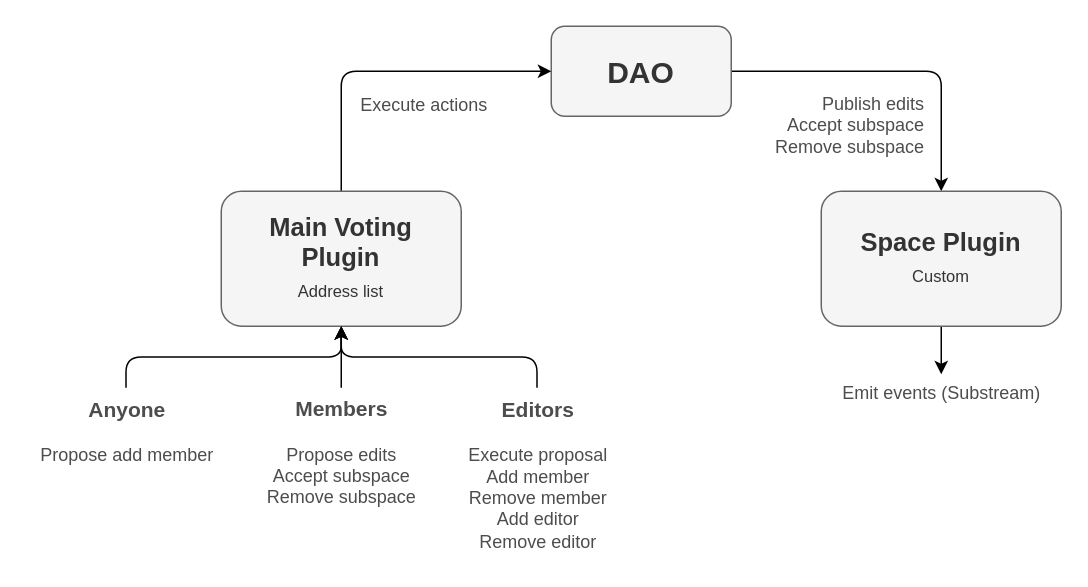
Earlier version of the draw.io diagram page "Standard 1" (5 of 8) of img/Geo Diagrams.drawio (aragon/geo-browser-contracts). Source tidied: cells renumbered, new cells numbered last; positions are measured from the earlier drawing's top-left corner, leaving out a move shared by most shapes. Both pictures are drawn from the tidied source at 150%, with x=0, y=0 at pixel (26, 26).
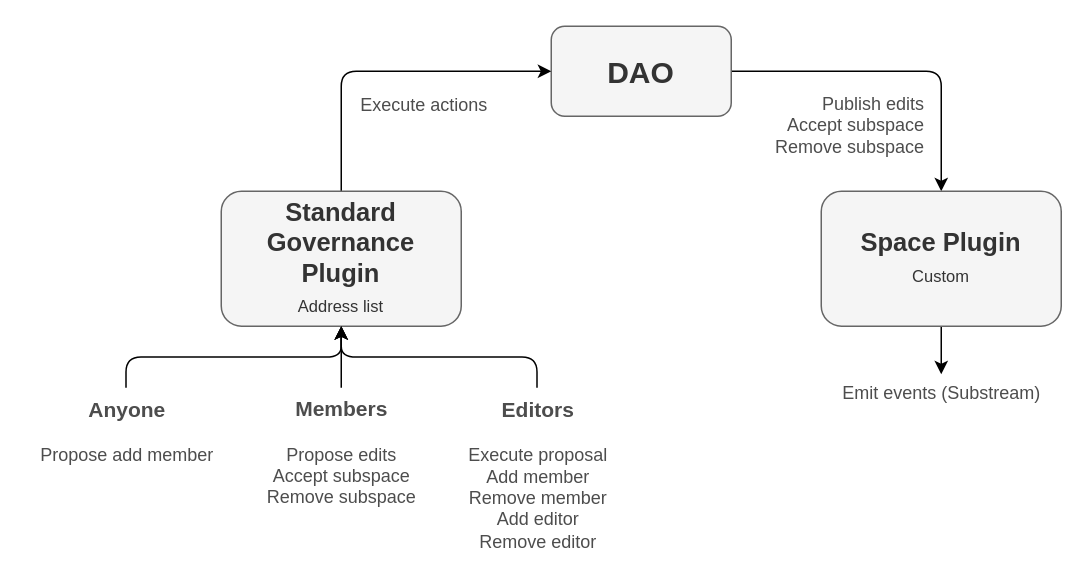
After the change.

What changed in the source:
```diff
@@
 <mxGraphModel background="#ffffff">
   <root>
     <mxCell id="0" />
     <mxCell id="1" parent="0" />
     <mxCell id="2" style="edgeStyle=orthogonalEdgeStyle;rounded=1;jettySize=auto;html=1;exitX=1;exitY=0.5;exitDx=0;exitDy=0;entryX=0.5;entryY=0;entryDx=0;entryDy=0;" parent="1" edge="1" source="3" target="7">
       <mxGeometry relative="1" as="geometry" />
     </mxCell>
     <mxCell id="3" value="&lt;font style=&quot;font-size: 20px;&quot;&gt;&lt;b&gt;DAO&lt;/b&gt;&lt;/font&gt;" style="rounded=1;whiteSpace=wrap;html=1;fillColor=#f5f5f5;fontColor=#333333;strokeColor=#666666;" parent="1" vertex="1">
       <mxGeometry x="350" width="120" height="60" as="geometry" />
     </mxCell>
     <mxCell id="4" style="edgeStyle=orthogonalEdgeStyle;rounded=1;jettySize=auto;html=1;exitX=0.5;exitY=0;exitDx=0;exitDy=0;entryX=0;entryY=0.5;entryDx=0;entryDy=0;" parent="1" edge="1" source="5" target="3">
       <mxGeometry relative="1" as="geometry" />
     </mxCell>
-    <mxCell id="5" value="&lt;font size=&quot;1&quot; style=&quot;&quot;&gt;&lt;b style=&quot;font-size: 17px;&quot;&gt;Main Voting&lt;br&gt;Plugin&lt;/b&gt;&lt;/font&gt;&lt;font style=&quot;font-size: 11px;&quot;&gt;&lt;br&gt;Address list&lt;/font&gt;&lt;font size=&quot;1&quot; style=&quot;&quot;&gt;&lt;b style=&quot;font-size: 17px;&quot;&gt;&lt;br&gt;&lt;/b&gt;&lt;/font&gt;" style="rounded=1;whiteSpace=wrap;html=1;fillColor=#f5f5f5;fontColor=#333333;strokeColor=#666666;" parent="1" vertex="1">
+    <mxCell id="5" value="&lt;font size=&quot;1&quot; style=&quot;&quot;&gt;&lt;b style=&quot;font-size: 17px;&quot;&gt;Standard Governance&lt;br&gt;Plugin&lt;/b&gt;&lt;/font&gt;&lt;font style=&quot;font-size: 11px;&quot;&gt;&lt;br&gt;Address list&lt;/font&gt;&lt;font size=&quot;1&quot; style=&quot;&quot;&gt;&lt;b style=&quot;font-size: 17px;&quot;&gt;&lt;br&gt;&lt;/b&gt;&lt;/font&gt;" style="rounded=1;whiteSpace=wrap;html=1;fillColor=#f5f5f5;fontColor=#333333;strokeColor=#666666;" parent="1" vertex="1">
       <mxGeometry x="130" y="110" width="160" height="90" as="geometry" />
     </mxCell>
     <mxCell id="6" style="edgeStyle=orthogonalEdgeStyle;rounded=1;jettySize=auto;html=1;exitX=0.5;exitY=1;exitDx=0;exitDy=0;" parent="1" edge="1" source="7" target="10">
       <mxGeometry relative="1" as="geometry" />
     </mxCell>
     <mxCell id="7" value="&lt;font size=&quot;1&quot; style=&quot;&quot;&gt;&lt;b style=&quot;font-size: 17px;&quot;&gt;Space Plugin&lt;/b&gt;&lt;/font&gt;&lt;br style=&quot;font-size: 11px;&quot;&gt;&lt;span style=&quot;font-size: 11px;&quot;&gt;Custom&lt;/span&gt;&lt;font size=&quot;1&quot; style=&quot;&quot;&gt;&lt;b style=&quot;font-size: 17px;&quot;&gt;&lt;br&gt;&lt;/b&gt;&lt;/font&gt;" style="rounded=1;whiteSpace=wrap;html=1;fillColor=#f5f5f5;fontColor=#333333;strokeColor=#666666;" parent="1" vertex="1">
       <mxGeometry x="530" y="110" width="160" height="90" as="geometry" />
     </mxCell>
     <mxCell id="8" value="Execute actions" style="text;html=1;align=center;verticalAlign=middle;strokeColor=none;fillColor=none;fontColor=#4d4d4d;" parent="1" vertex="1">
       <mxGeometry x="210" y="38" width="110" height="30" as="geometry" />
     </mxCell>
     <mxCell id="9" value="Publish edits&lt;br&gt;Accept subspace&lt;br&gt;Remove subspace" style="text;html=1;align=right;verticalAlign=middle;strokeColor=none;fillColor=none;fontColor=#4d4d4d;" parent="1" vertex="1">
       <mxGeometry x="483" y="38" width="117" height="55" as="geometry" />
     </mxCell>
     <mxCell id="10" value="Emit events (Substream)" style="text;html=1;align=center;verticalAlign=middle;points=[];strokeColor=none;fillColor=none;fontColor=#4d4d4d;" parent="1" vertex="1">
       <mxGeometry x="535" y="232" width="150" height="26" as="geometry" />
     </mxCell>
     <mxCell id="11" style="edgeStyle=orthogonalEdgeStyle;rounded=0;jettySize=auto;html=1;entryX=0.5;entryY=1;entryDx=0;entryDy=0;" parent="1" edge="1" source="12" target="5">
       <mxGeometry relative="1" as="geometry" />
     </mxCell>
     <mxCell id="12" value="&lt;b&gt;&lt;font style=&quot;font-size: 14px;&quot;&gt;Members&lt;/font&gt;&lt;/b&gt;&lt;div&gt;&lt;br&gt;&lt;/div&gt;&lt;div&gt;Propose edits&lt;/div&gt;&lt;div&gt;Accept subspace&lt;/div&gt;&lt;div&gt;Remove subspace&lt;/div&gt;" style="text;html=1;align=center;verticalAlign=middle;points=[];strokeColor=none;fillColor=none;fontColor=#4d4d4d;" parent="1" vertex="1">
       <mxGeometry x="151.5" y="241" width="117" height="86" as="geometry" />
     </mxCell>
     <mxCell id="13" style="edgeStyle=orthogonalEdgeStyle;rounded=1;jettySize=auto;html=1;entryX=0.5;entryY=1;entryDx=0;entryDy=0;curved=0;" parent="1" edge="1" source="14" target="5">
       <mxGeometry relative="1" as="geometry" />
     </mxCell>
     <mxCell id="14" value="&lt;div&gt;&lt;b&gt;&lt;font style=&quot;font-size: 14px;&quot;&gt;Editors&lt;/font&gt;&lt;/b&gt;&lt;br&gt;&lt;/div&gt;&lt;div&gt;&lt;br&gt;&lt;/div&gt;&lt;div&gt;Execute proposal&lt;/div&gt;&lt;div&gt;Add member&lt;/div&gt;&lt;div&gt;Remove member&lt;/div&gt;&lt;div&gt;Add editor&lt;/div&gt;&lt;span style=&quot;background-color: initial;&quot;&gt;Remove editor&lt;/span&gt;" style="text;html=1;align=center;verticalAlign=middle;points=[];strokeColor=none;fillColor=none;fontColor=#4d4d4d;" parent="1" vertex="1">
       <mxGeometry x="285" y="241" width="111" height="115" as="geometry" />
     </mxCell>
     <mxCell id="15" style="edgeStyle=orthogonalEdgeStyle;rounded=1;jettySize=auto;html=1;entryX=0.5;entryY=1;entryDx=0;entryDy=0;curved=0;" parent="1" edge="1" source="16" target="5">
       <mxGeometry relative="1" as="geometry" />
     </mxCell>
     <mxCell id="16" value="&lt;div&gt;&lt;b&gt;&lt;font style=&quot;font-size: 14px;&quot;&gt;Anyone&lt;/font&gt;&lt;/b&gt;&lt;/div&gt;&lt;div&gt;&lt;br&gt;&lt;/div&gt;&lt;div&gt;Propose add member&lt;/div&gt;" style="text;html=1;align=center;verticalAlign=middle;points=[];strokeColor=none;fillColor=none;fontColor=#4d4d4d;" parent="1" vertex="1">
       <mxGeometry y="241" width="133" height="58" as="geometry" />
     </mxCell>
   </root>
 </mxGraphModel>
```
